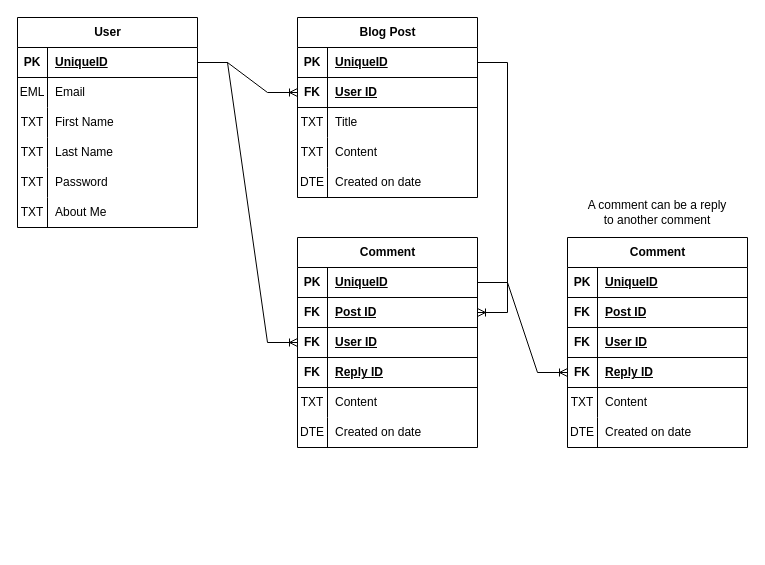
kurealnum/noai-blog keeps this draw.io diagram as database-diagram.drawio. Above is the earlier version. Source tidied: cells renumbered, new cells numbered last; positions are measured from the earlier drawing's top-left corner, leaving out a move shared by most shapes. Both pictures are drawn from the tidied source at 100%, with x=0, y=0 at pixel (17, 17).
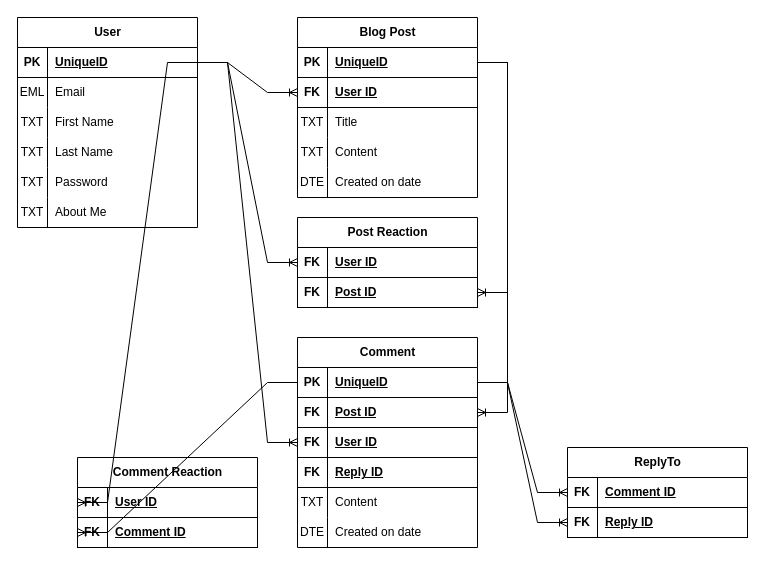
The same diagram, later.

The change refers to these unchanged cells:
```xml
<mxCell id="3" style="shape=tableRow;horizontal=0;startSize=0;swimlaneHead=0;swimlaneBody=0;fillColor=none;points=[[0,0.5],[1,0.5]];portConstraint=eastwest;top=0;left=0;right=0;bottom=1;" parent="2" vertex="1">
  <mxGeometry y="30" width="180" height="30" as="geometry" />
</mxCell>
<mxCell id="22" style="shape=tableRow;horizontal=0;startSize=0;swimlaneHead=0;swimlaneBody=0;fillColor=none;points=[[0,0.5],[1,0.5]];portConstraint=eastwest;top=0;left=0;right=0;bottom=1;" parent="21" vertex="1">
  <mxGeometry y="30" width="180" height="30" as="geometry" />
</mxCell>
<mxCell id="39" style="shape=tableRow;horizontal=0;startSize=0;swimlaneHead=0;swimlaneBody=0;fillColor=none;points=[[0,0.5],[1,0.5]];portConstraint=eastwest;top=0;left=0;right=0;bottom=1;" parent="38" vertex="1">
  <mxGeometry y="30" width="180" height="30" as="geometry" />
</mxCell>
<mxCell id="60" style="shape=tableRow;horizontal=0;startSize=0;swimlaneHead=0;swimlaneBody=0;fillColor=none;points=[[0,0.5],[1,0.5]];portConstraint=eastwest;top=0;left=0;right=0;bottom=1;" parent="59" vertex="1">
  <mxGeometry y="30" width="180" height="30" as="geometry" />
</mxCell>
<mxCell id="63" style="shape=tableRow;horizontal=0;startSize=0;swimlaneHead=0;swimlaneBody=0;fillColor=none;points=[[0,0.5],[1,0.5]];portConstraint=eastwest;top=0;left=0;right=0;bottom=1;" parent="59" vertex="1">
  <mxGeometry y="60" width="180" height="30" as="geometry" />
</mxCell>
```

The edit, as a diff of the source:
```diff
@@
     <mxCell id="38" value="Comment" style="shape=table;startSize=30;childLayout=tableLayout;rowLines=0;fontStyle=1;align=center;html=1;" parent="1" vertex="1">
-      <mxGeometry x="280" y="220" width="180" height="210" as="geometry" />
+      <mxGeometry x="280" y="320" width="180" height="210" as="geometry" />
     </mxCell>
@@
-    <mxCell id="59" value="Comment" style="shape=table;startSize=30;childLayout=tableLayout;rowLines=0;fontStyle=1;align=center;html=1;" parent="1" vertex="1">
-      <mxGeometry x="550" y="220" width="180" height="210" as="geometry" />
+    <mxCell id="59" value="ReplyTo" style="shape=table;startSize=30;childLayout=tableLayout;rowLines=0;fontStyle=1;align=center;html=1;" parent="1" vertex="1">
+      <mxGeometry x="550" y="430" width="180" height="90" as="geometry" />
     </mxCell>
@@
-    <mxCell id="61" value="PK" style="shape=partialRectangle;fillColor=none;top=0;left=0;bottom=0;right=0;fontStyle=1;overflow=hidden;whiteSpace=wrap;html=1;" parent="60" vertex="1">
+    <mxCell id="61" value="FK" style="shape=partialRectangle;fillColor=none;top=0;left=0;bottom=0;right=0;fontStyle=1;overflow=hidden;whiteSpace=wrap;html=1;" parent="60" vertex="1">
       <mxGeometry width="30" height="30" as="geometry" />
     </mxCell>
-    <mxCell id="62" value="UniqueID" style="shape=partialRectangle;fillColor=none;top=0;left=0;bottom=0;right=0;align=left;spacingLeft=6;fontStyle=5;overflow=hidden;whiteSpace=wrap;html=1;" parent="60" vertex="1">
+    <mxCell id="62" value="Comment ID" style="shape=partialRectangle;fillColor=none;top=0;left=0;bottom=0;right=0;align=left;spacingLeft=6;fontStyle=5;overflow=hidden;whiteSpace=wrap;html=1;" parent="60" vertex="1">
       <mxGeometry x="30" width="150" height="30" as="geometry" />
     </mxCell>
@@
-    <mxCell id="65" value="Post ID" style="shape=partialRectangle;fillColor=none;top=0;left=0;bottom=0;right=0;align=left;spacingLeft=6;fontStyle=5;overflow=hidden;whiteSpace=wrap;html=1;" parent="63" vertex="1">
+    <mxCell id="65" value="Reply ID" style="shape=partialRectangle;fillColor=none;top=0;left=0;bottom=0;right=0;align=left;spacingLeft=6;fontStyle=5;overflow=hidden;whiteSpace=wrap;html=1;" parent="63" vertex="1">
       <mxGeometry x="30" width="150" height="30" as="geometry" />
     </mxCell>
-    <mxCell id="66" style="shape=tableRow;horizontal=0;startSize=0;swimlaneHead=0;swimlaneBody=0;fillColor=none;top=0;left=0;right=0;bottom=1;" parent="59" vertex="1">
-      <mxGeometry y="90" width="180" height="30" as="geometry" />
-    </mxCell>
-    <mxCell id="67" value="&lt;div&gt;FK&lt;/div&gt;" style="shape=partialRectangle;fillColor=none;top=0;left=0;bottom=0;right=0;fontStyle=1;overflow=hidden;whiteSpace=wrap;html=1;" parent="66" vertex="1">
-      <mxGeometry width="30" height="30" as="geometry" />
-    </mxCell>
-    <mxCell id="68" value="User ID" style="shape=partialRectangle;fillColor=none;top=0;left=0;bottom=0;right=0;align=left;spacingLeft=6;fontStyle=5;overflow=hidden;whiteSpace=wrap;html=1;" parent="66" vertex="1">
-      <mxGeometry x="30" width="150" height="30" as="geometry" />
-    </mxCell>
-    <mxCell id="69" style="shape=tableRow;horizontal=0;startSize=0;swimlaneHead=0;swimlaneBody=0;fillColor=none;points=[[0,0.5],[1,0.5]];portConstraint=eastwest;top=0;left=0;right=0;bottom=1;" parent="59" vertex="1">
-      <mxGeometry y="120" width="180" height="30" as="geometry" />
-    </mxCell>
-    <mxCell id="70" value="&lt;div&gt;FK&lt;/div&gt;" style="shape=partialRectangle;fillColor=none;top=0;left=0;bottom=0;right=0;fontStyle=1;overflow=hidden;whiteSpace=wrap;html=1;" parent="69" vertex="1">
-      <mxGeometry width="30" height="30" as="geometry" />
-    </mxCell>
-    <mxCell id="71" value="Reply ID" style="shape=partialRectangle;fillColor=none;top=0;left=0;bottom=0;right=0;align=left;spacingLeft=6;fontStyle=5;overflow=hidden;whiteSpace=wrap;html=1;" parent="69" vertex="1">
-      <mxGeometry x="30" width="150" height="30" as="geometry" />
-    </mxCell>
-    <mxCell id="72" style="shape=tableRow;horizontal=0;startSize=0;swimlaneHead=0;swimlaneBody=0;fillColor=none;top=0;left=0;right=0;bottom=0;" parent="59" vertex="1">
-      <mxGeometry y="150" width="180" height="30" as="geometry" />
-    </mxCell>
-    <mxCell id="73" value="TXT" style="shape=partialRectangle;fillColor=none;top=0;left=0;bottom=0;right=0;overflow=hidden;whiteSpace=wrap;html=1;" parent="72" vertex="1">
-      <mxGeometry width="30" height="30" as="geometry" />
-    </mxCell>
-    <mxCell id="74" value="Content" style="shape=partialRectangle;fillColor=none;top=0;left=0;bottom=0;right=0;align=left;spacingLeft=6;overflow=hidden;whiteSpace=wrap;html=1;" parent="72" vertex="1">
-      <mxGeometry x="30" width="150" height="30" as="geometry" />
-    </mxCell>
-    <mxCell id="75" style="shape=tableRow;horizontal=0;startSize=0;swimlaneHead=0;swimlaneBody=0;fillColor=none;top=0;left=0;right=0;bottom=0;" parent="59" vertex="1">
-      <mxGeometry y="180" width="180" height="30" as="geometry" />
-    </mxCell>
-    <mxCell id="76" value="DTE" style="shape=partialRectangle;fillColor=none;top=0;left=0;bottom=0;right=0;overflow=hidden;whiteSpace=wrap;html=1;" parent="75" vertex="1">
-      <mxGeometry width="30" height="30" as="geometry" />
-    </mxCell>
-    <mxCell id="77" value="Created on date" style="shape=partialRectangle;fillColor=none;top=0;left=0;bottom=0;right=0;align=left;spacingLeft=6;overflow=hidden;whiteSpace=wrap;html=1;" parent="75" vertex="1">
-      <mxGeometry x="30" width="150" height="30" as="geometry" />
-    </mxCell>
-    <mxCell id="78" value="A comment can be a reply to another comment" style="text;html=1;align=center;verticalAlign=middle;whiteSpace=wrap;rounded=0;" parent="1" vertex="1">
-      <mxGeometry x="565" y="180" width="150" height="30" as="geometry" />
-    </mxCell>
-    <mxCell id="79" style="edgeStyle=entityRelationEdgeStyle;fontSize=12;html=1;endArrow=ERoneToMany;rounded=0;entryX=0;entryY=0.5;entryDx=0;entryDy=0;exitX=1;exitY=0.5;exitDx=0;exitDy=0;" parent="1" edge="1" source="39" target="69">
+    <mxCell id="79" style="edgeStyle=entityRelationEdgeStyle;fontSize=12;html=1;endArrow=ERoneToMany;rounded=0;entryX=0;entryY=0.5;entryDx=0;entryDy=0;exitX=1;exitY=0.5;exitDx=0;exitDy=0;" parent="1" edge="1" source="39" target="60">
       <mxGeometry relative="1" as="geometry" />
     </mxCell>
+    <mxCell id="80" value="Comment Reaction" style="shape=table;startSize=30;childLayout=tableLayout;rowLines=0;fontStyle=1;align=center;html=1;" parent="1" vertex="1">
+      <mxGeometry x="60" y="440" width="180" height="90" as="geometry" />
+    </mxCell>
+    <mxCell id="81" style="shape=tableRow;horizontal=0;startSize=0;swimlaneHead=0;swimlaneBody=0;fillColor=none;points=[[0,0.5],[1,0.5]];portConstraint=eastwest;top=0;left=0;right=0;bottom=1;" parent="80" vertex="1">
+      <mxGeometry y="30" width="180" height="30" as="geometry" />
+    </mxCell>
+    <mxCell id="82" value="FK" style="shape=partialRectangle;fillColor=none;top=0;left=0;bottom=0;right=0;fontStyle=1;overflow=hidden;whiteSpace=wrap;html=1;" parent="81" vertex="1">
+      <mxGeometry width="30" height="30" as="geometry" />
+    </mxCell>
+    <mxCell id="83" value="User ID" style="shape=partialRectangle;fillColor=none;top=0;left=0;bottom=0;right=0;align=left;spacingLeft=6;fontStyle=5;overflow=hidden;whiteSpace=wrap;html=1;" parent="81" vertex="1">
+      <mxGeometry x="30" width="150" height="30" as="geometry" />
+    </mxCell>
+    <mxCell id="84" style="shape=tableRow;horizontal=0;startSize=0;swimlaneHead=0;swimlaneBody=0;fillColor=none;points=[[0,0.5],[1,0.5]];portConstraint=eastwest;top=0;left=0;right=0;bottom=1;" parent="80" vertex="1">
+      <mxGeometry y="60" width="180" height="30" as="geometry" />
+    </mxCell>
+    <mxCell id="85" value="&lt;div&gt;FK&lt;/div&gt;" style="shape=partialRectangle;fillColor=none;top=0;left=0;bottom=0;right=0;fontStyle=1;overflow=hidden;whiteSpace=wrap;html=1;" parent="84" vertex="1">
+      <mxGeometry width="30" height="30" as="geometry" />
+    </mxCell>
+    <mxCell id="86" value="Comment ID" style="shape=partialRectangle;fillColor=none;top=0;left=0;bottom=0;right=0;align=left;spacingLeft=6;fontStyle=5;overflow=hidden;whiteSpace=wrap;html=1;" parent="84" vertex="1">
+      <mxGeometry x="30" width="150" height="30" as="geometry" />
+    </mxCell>
+    <mxCell id="87" value="Post Reaction" style="shape=table;startSize=30;childLayout=tableLayout;rowLines=0;fontStyle=1;align=center;html=1;" parent="1" vertex="1">
+      <mxGeometry x="280" y="200" width="180" height="90" as="geometry" />
+    </mxCell>
+    <mxCell id="88" style="shape=tableRow;horizontal=0;startSize=0;swimlaneHead=0;swimlaneBody=0;fillColor=none;points=[[0,0.5],[1,0.5]];portConstraint=eastwest;top=0;left=0;right=0;bottom=1;" parent="87" vertex="1">
+      <mxGeometry y="30" width="180" height="30" as="geometry" />
+    </mxCell>
+    <mxCell id="89" value="FK" style="shape=partialRectangle;fillColor=none;top=0;left=0;bottom=0;right=0;fontStyle=1;overflow=hidden;whiteSpace=wrap;html=1;" parent="88" vertex="1">
+      <mxGeometry width="30" height="30" as="geometry" />
+    </mxCell>
+    <mxCell id="90" value="User ID" style="shape=partialRectangle;fillColor=none;top=0;left=0;bottom=0;right=0;align=left;spacingLeft=6;fontStyle=5;overflow=hidden;whiteSpace=wrap;html=1;" parent="88" vertex="1">
+      <mxGeometry x="30" width="150" height="30" as="geometry" />
+    </mxCell>
+    <mxCell id="91" style="shape=tableRow;horizontal=0;startSize=0;swimlaneHead=0;swimlaneBody=0;fillColor=none;points=[[0,0.5],[1,0.5]];portConstraint=eastwest;top=0;left=0;right=0;bottom=1;" parent="87" vertex="1">
+      <mxGeometry y="60" width="180" height="30" as="geometry" />
+    </mxCell>
+    <mxCell id="92" value="&lt;div&gt;FK&lt;/div&gt;" style="shape=partialRectangle;fillColor=none;top=0;left=0;bottom=0;right=0;fontStyle=1;overflow=hidden;whiteSpace=wrap;html=1;" parent="91" vertex="1">
+      <mxGeometry width="30" height="30" as="geometry" />
+    </mxCell>
+    <mxCell id="93" value="Post ID" style="shape=partialRectangle;fillColor=none;top=0;left=0;bottom=0;right=0;align=left;spacingLeft=6;fontStyle=5;overflow=hidden;whiteSpace=wrap;html=1;" parent="91" vertex="1">
+      <mxGeometry x="30" width="150" height="30" as="geometry" />
+    </mxCell>
+    <mxCell id="94" style="edgeStyle=entityRelationEdgeStyle;fontSize=12;html=1;endArrow=ERoneToMany;rounded=0;entryX=0;entryY=0.5;entryDx=0;entryDy=0;exitX=1;exitY=0.5;exitDx=0;exitDy=0;" parent="1" edge="1" source="39" target="63">
+      <mxGeometry relative="1" as="geometry" />
+    </mxCell>
+    <mxCell id="95" style="edgeStyle=entityRelationEdgeStyle;fontSize=12;html=1;endArrow=ERoneToMany;rounded=0;entryX=0;entryY=0.5;entryDx=0;entryDy=0;exitX=1;exitY=0.5;exitDx=0;exitDy=0;" parent="1" edge="1" source="3" target="81">
+      <mxGeometry relative="1" as="geometry" />
+    </mxCell>
+    <mxCell id="96" style="edgeStyle=entityRelationEdgeStyle;fontSize=12;html=1;endArrow=ERoneToMany;rounded=0;entryX=0;entryY=0.5;entryDx=0;entryDy=0;exitX=1;exitY=0.5;exitDx=0;exitDy=0;" parent="1" edge="1" source="3" target="88">
+      <mxGeometry relative="1" as="geometry" />
+    </mxCell>
+    <mxCell id="97" style="edgeStyle=entityRelationEdgeStyle;fontSize=12;html=1;endArrow=ERoneToMany;rounded=0;entryX=1;entryY=0.5;entryDx=0;entryDy=0;exitX=1;exitY=0.5;exitDx=0;exitDy=0;" parent="1" edge="1" source="22" target="91">
+      <mxGeometry relative="1" as="geometry" />
+    </mxCell>
+    <mxCell id="98" style="edgeStyle=entityRelationEdgeStyle;fontSize=12;html=1;endArrow=ERoneToMany;rounded=0;entryX=0;entryY=0.5;entryDx=0;entryDy=0;exitX=0;exitY=0.5;exitDx=0;exitDy=0;" parent="1" edge="1" source="39" target="84">
+      <mxGeometry relative="1" as="geometry">
+        <Array as="points">
+          <mxPoint x="180" y="510" />
+        </Array>
+      </mxGeometry>
+    </mxCell>
```
